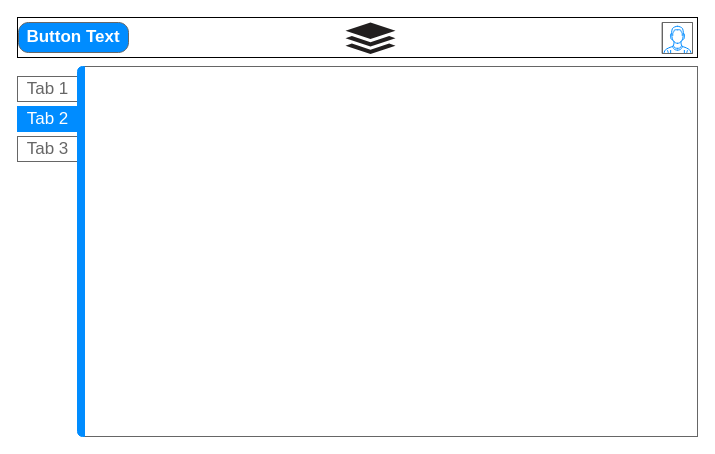
This is designeUI.drawio from julnarot/charts-improv-perform, a draw.io file, before an edit. Source tidied: cells renumbered, new cells numbered last; positions are measured from the earlier drawing's top-left corner, leaving out a move shared by most shapes. Both pictures are drawn from the tidied source at 100%, with x=0, y=0 at pixel (17, 17).
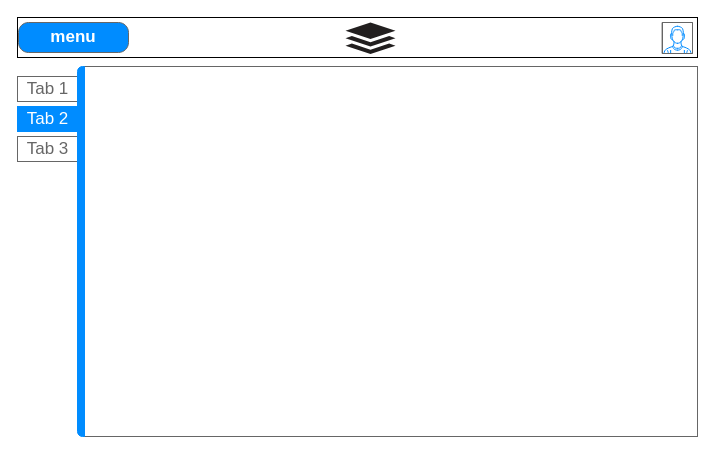
After the change.

What changed in the source:
```diff
@@
 <mxGraphModel>
   <root>
     <mxCell id="0" />
     <mxCell id="1" parent="0" />
     <mxCell id="2" style="strokeWidth=1;shadow=0;dashed=0;align=center;html=1;shape=mxgraph.mockup.containers.marginRect2;rectMarginLeft=67;strokeColor=#666666;gradientColor=none;whiteSpace=wrap;" parent="1" vertex="1">
       <mxGeometry y="49" width="680" height="370" as="geometry" />
     </mxCell>
     <mxCell id="3" value="Tab 1" style="strokeColor=inherit;fillColor=inherit;gradientColor=inherit;strokeWidth=1;shadow=0;dashed=0;align=center;html=1;shape=mxgraph.mockup.containers.rrect;rSize=0;fontSize=17;fontColor=#666666;" parent="2" vertex="1">
       <mxGeometry width="60" height="25" relative="1" as="geometry">
         <mxPoint y="10" as="offset" />
       </mxGeometry>
     </mxCell>
     <mxCell id="4" value="Tab 2" style="strokeWidth=1;shadow=0;dashed=0;align=center;html=1;shape=mxgraph.mockup.containers.rrect;rSize=0;fontSize=17;fontColor=#ffffff;strokeColor=#008cff;fillColor=#008cff;" parent="2" vertex="1">
       <mxGeometry width="60" height="25" relative="1" as="geometry">
         <mxPoint y="40" as="offset" />
       </mxGeometry>
     </mxCell>
     <mxCell id="5" value="Tab 3" style="strokeColor=inherit;fillColor=inherit;gradientColor=inherit;strokeWidth=1;shadow=0;dashed=0;align=center;html=1;shape=mxgraph.mockup.containers.rrect;rSize=0;fontSize=17;fontColor=#666666;" parent="2" vertex="1">
       <mxGeometry width="60" height="25" relative="1" as="geometry">
         <mxPoint y="70" as="offset" />
       </mxGeometry>
     </mxCell>
     <mxCell id="6" style="strokeWidth=1;shadow=0;dashed=0;align=center;html=1;shape=mxgraph.mockup.containers.leftButton;rSize=5;strokeColor=#008cff;fillColor=#008cff;" parent="2" vertex="1">
       <mxGeometry width="7" height="370" relative="1" as="geometry">
         <mxPoint x="60" as="offset" />
       </mxGeometry>
     </mxCell>
     <mxCell id="7" style="rounded=0;whiteSpace=wrap;html=1;" parent="1" vertex="1">
       <mxGeometry width="680" height="40" as="geometry" />
     </mxCell>
     <mxCell id="8" style="verticalLabelPosition=bottom;shadow=0;dashed=0;align=center;html=1;verticalAlign=top;strokeWidth=1;shape=mxgraph.mockup.containers.userMale;strokeColor=#666666;strokeColor2=#008cff;" parent="1" vertex="1">
       <mxGeometry x="645" y="5" width="30" height="31" as="geometry" />
     </mxCell>
-    <mxCell id="9" value="Button Text" style="strokeWidth=1;shadow=0;dashed=0;align=center;html=1;shape=mxgraph.mockup.buttons.button;strokeColor=#666666;fontColor=#ffffff;mainText=;buttonStyle=round;fontSize=17;fontStyle=1;fillColor=#008cff;whiteSpace=wrap;" parent="1" vertex="1">
+    <mxCell id="9" value="menu" style="strokeWidth=1;shadow=0;dashed=0;align=center;html=1;shape=mxgraph.mockup.buttons.button;strokeColor=#666666;fontColor=#ffffff;mainText=;buttonStyle=round;fontSize=17;fontStyle=1;fillColor=#008cff;whiteSpace=wrap;" parent="1" vertex="1">
       <mxGeometry x="1" y="5" width="110" height="30" as="geometry" />
     </mxCell>
     <mxCell id="10" style="dashed=0;html=1;align=center;labelPosition=center;verticalLabelPosition=bottom;verticalAlign=top;shape=mxgraph.weblogos.buffer;fillColor=#221F1F;strokeColor=none;" parent="1" vertex="1">
       <mxGeometry x="328" y="5" width="50" height="31.4" as="geometry" />
     </mxCell>
   </root>
 </mxGraphModel>
```
